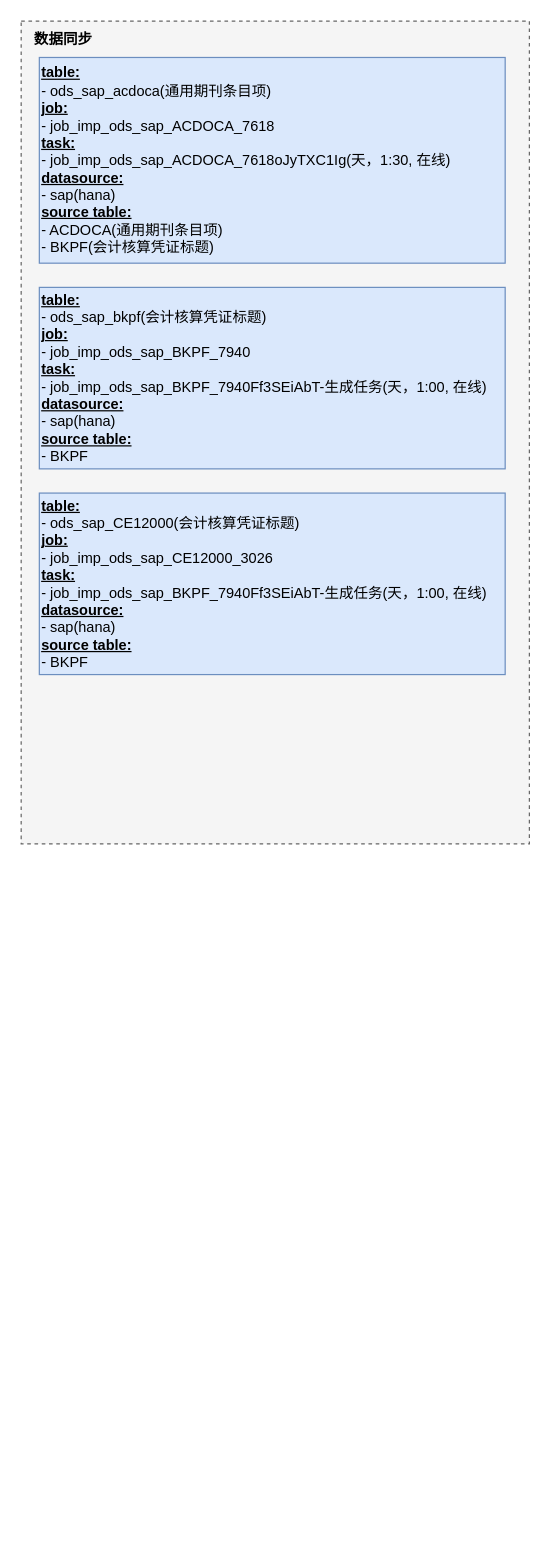
Earlier version of the draw.io diagram bow-bo.drawio (fsJerryChan/fsJerryChan). Source tidied: cells renumbered, new cells numbered last; positions are measured from the earlier drawing's top-left corner, leaving out a move shared by most shapes. Both pictures are drawn from the tidied source at 121%, with x=0, y=0 at pixel (21, 21).
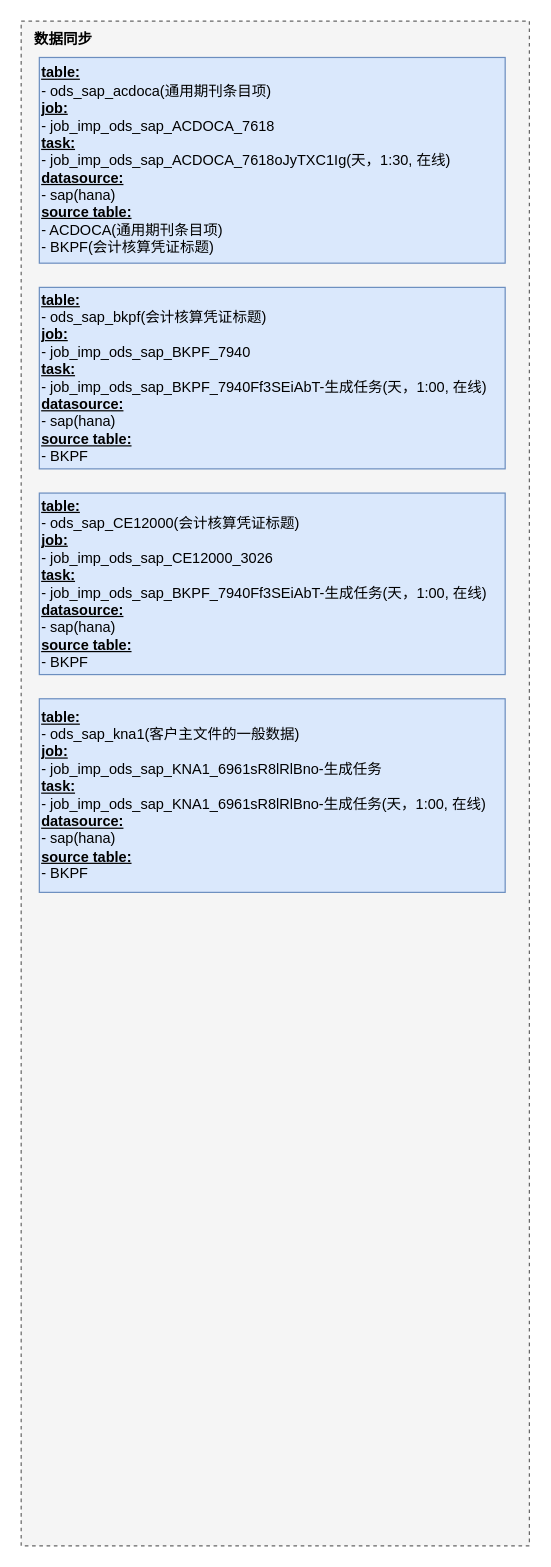
The same diagram, later.

Change to the diagram source:
```diff
@@
 <mxGraphModel>
   <root>
     <mxCell id="0" />
     <mxCell id="1" parent="0" />
     <mxCell id="2" style="rounded=0;whiteSpace=wrap;html=1;dashed=1;fillColor=#f5f5f5;fontColor=#333333;strokeColor=#666666;" parent="1" vertex="1">
-      <mxGeometry width="420" height="680" as="geometry" />
+      <mxGeometry width="420" height="1260" as="geometry" />
     </mxCell>
     <mxCell id="3" value="数据同步" style="text;strokeColor=none;align=center;fillColor=none;html=1;verticalAlign=middle;whiteSpace=wrap;rounded=0;fontStyle=1;" parent="1" vertex="1">
       <mxGeometry width="70" height="30" as="geometry" />
     </mxCell>
     <mxCell id="4" value="&lt;font style=&quot;font-size: 12px;&quot;&gt;&lt;b style=&quot;border-color: var(--border-color);&quot;&gt;&lt;u style=&quot;border-color: var(--border-color);&quot;&gt;table:&lt;/u&gt;&lt;/b&gt;&amp;nbsp;&lt;br style=&quot;border-color: var(--border-color);&quot;&gt;- ods_sap_acdoca(通用期刊条目项)&lt;b style=&quot;border-color: var(--border-color);&quot;&gt;&lt;u style=&quot;border-color: var(--border-color);&quot;&gt;&lt;br style=&quot;border-color: var(--border-color);&quot;&gt;job:&lt;/u&gt;&lt;/b&gt;&lt;br style=&quot;border-color: var(--border-color);&quot;&gt;- job_imp_ods_sap_ACDOCA_7618&lt;br&gt;&lt;u style=&quot;font-weight: bold;&quot;&gt;task:&lt;br&gt;&lt;/u&gt;- job_imp_ods_sap_ACDOCA_7618oJyTXC1Ig(天，1:30,&amp;nbsp;在线)&lt;br&gt;&lt;u style=&quot;font-weight: bold;&quot;&gt;datasource:&lt;/u&gt;&lt;br&gt;- sap(hana)&lt;br&gt;&lt;u style=&quot;font-weight: bold;&quot;&gt;source table:&lt;/u&gt;&amp;nbsp;&lt;br&gt;- ACDOCA(通用期刊条目项)&lt;br&gt;- BKPF(会计核算凭证标题)&lt;/font&gt;" style="rounded=0;whiteSpace=wrap;html=1;align=left;fillColor=#dae8fc;strokeColor=#6c8ebf;" parent="1" vertex="1">
       <mxGeometry x="15" y="30" width="385" height="170" as="geometry" />
     </mxCell>
     <mxCell id="5" value="&lt;font style=&quot;&quot;&gt;&lt;b style=&quot;font-size: 12px; border-color: var(--border-color);&quot;&gt;&lt;u style=&quot;border-color: var(--border-color);&quot;&gt;table:&lt;/u&gt;&lt;/b&gt;&amp;nbsp;&lt;br style=&quot;border-color: var(--border-color);&quot;&gt;-&amp;nbsp;ods_sap_bkpf&lt;span style=&quot;background-color: initial;&quot;&gt;(会计核算凭证标题)&lt;/span&gt;&lt;br&gt;&lt;b style=&quot;font-size: 12px; border-color: var(--border-color);&quot;&gt;&lt;u style=&quot;border-color: var(--border-color);&quot;&gt;job:&lt;/u&gt;&lt;/b&gt;&lt;br style=&quot;border-color: var(--border-color);&quot;&gt;-&amp;nbsp;job_imp_ods_sap_BKPF_7940&lt;br&gt;&lt;u style=&quot;font-size: 12px; font-weight: bold;&quot;&gt;task:&lt;br&gt;&lt;/u&gt;-&amp;nbsp;job_imp_ods_sap_BKPF_7940Ff3SEiAbT-生成任务(天，1:00,&amp;nbsp;在线)&lt;br&gt;&lt;u style=&quot;font-size: 12px; font-weight: bold;&quot;&gt;datasource:&lt;/u&gt;&lt;br&gt;- sap(hana)&lt;br&gt;&lt;u style=&quot;font-size: 12px; font-weight: bold;&quot;&gt;source table:&lt;/u&gt;&amp;nbsp;&lt;br&gt;-&amp;nbsp;&lt;/font&gt;BKPF" style="rounded=0;whiteSpace=wrap;html=1;align=left;fillColor=#dae8fc;strokeColor=#6c8ebf;" parent="1" vertex="1">
       <mxGeometry x="15" y="220" width="385" height="150" as="geometry" />
     </mxCell>
     <mxCell id="6" value="&lt;font style=&quot;&quot;&gt;&lt;b style=&quot;font-size: 12px; border-color: var(--border-color);&quot;&gt;&lt;u style=&quot;border-color: var(--border-color);&quot;&gt;table:&lt;/u&gt;&lt;/b&gt;&amp;nbsp;&lt;br style=&quot;border-color: var(--border-color);&quot;&gt;-&amp;nbsp;ods_sap_CE12000&lt;span style=&quot;background-color: initial;&quot;&gt;(会计核算凭证标题)&lt;/span&gt;&lt;br&gt;&lt;b style=&quot;font-size: 12px; border-color: var(--border-color);&quot;&gt;&lt;u style=&quot;border-color: var(--border-color);&quot;&gt;job:&lt;/u&gt;&lt;/b&gt;&lt;br style=&quot;border-color: var(--border-color);&quot;&gt;-&amp;nbsp;job_imp_ods_sap_CE12000_3026&lt;br&gt;&lt;u style=&quot;font-size: 12px; font-weight: bold;&quot;&gt;task:&lt;br&gt;&lt;/u&gt;-&amp;nbsp;job_imp_ods_sap_BKPF_7940Ff3SEiAbT-生成任务(天，1:00,&amp;nbsp;在线)&lt;br&gt;&lt;u style=&quot;font-size: 12px; font-weight: bold;&quot;&gt;datasource:&lt;/u&gt;&lt;br&gt;- sap(hana)&lt;br&gt;&lt;u style=&quot;font-size: 12px; font-weight: bold;&quot;&gt;source table:&lt;/u&gt;&amp;nbsp;&lt;br&gt;-&amp;nbsp;&lt;/font&gt;BKPF" style="rounded=0;whiteSpace=wrap;html=1;align=left;fillColor=#dae8fc;strokeColor=#6c8ebf;" parent="1" vertex="1">
       <mxGeometry x="15" y="390" width="385" height="150" as="geometry" />
     </mxCell>
+    <mxCell id="7" value="&lt;font style=&quot;&quot;&gt;&lt;b style=&quot;font-size: 12px; border-color: var(--border-color);&quot;&gt;&lt;u style=&quot;border-color: var(--border-color);&quot;&gt;table:&lt;/u&gt;&lt;/b&gt;&amp;nbsp;&lt;br style=&quot;border-color: var(--border-color);&quot;&gt;-&amp;nbsp;ods_sap_kna1&lt;span style=&quot;background-color: initial;&quot;&gt;(客户主文件的一般数据)&lt;/span&gt;&lt;br&gt;&lt;b style=&quot;font-size: 12px; border-color: var(--border-color);&quot;&gt;&lt;u style=&quot;border-color: var(--border-color);&quot;&gt;job:&lt;/u&gt;&lt;/b&gt;&lt;br style=&quot;border-color: var(--border-color);&quot;&gt;-&amp;nbsp;job_imp_ods_sap_KNA1_6961sR8lRlBno-生成任务&lt;div style=&quot;margin: 0px; padding: 0px; border: 0px; vertical-align: baseline; box-sizing: border-box; outline: none; position: relative;&quot; class=&quot;sa-row&quot;&gt;&lt;div style=&quot;margin: 0px; padding: 0px; border: 0px; vertical-align: baseline; box-sizing: border-box; outline: none; float: left; width: 254px;&quot; class=&quot;sa-form-item-wrap sa-col sa-col-24&quot; data-v-3d1367e8=&quot;&quot;&gt;&lt;div style=&quot;margin: 0px; padding: 0px; border: 0px; vertical-align: baseline; box-sizing: border-box; outline: none;&quot; class=&quot;sa-form-item is-detail sa-form-item--medium sa-form--label-left&quot;&gt;&lt;/div&gt;&lt;/div&gt;&lt;/div&gt;&lt;u style=&quot;font-size: 12px; font-weight: bold;&quot;&gt;task:&lt;br&gt;&lt;/u&gt;- job_imp_ods_sap_KNA1_6961sR8lRlBno-生成任务(天，1:00,&amp;nbsp;在线)&lt;br&gt;&lt;u style=&quot;font-size: 12px; font-weight: bold;&quot;&gt;datasource:&lt;/u&gt;&lt;br&gt;- sap(hana)&lt;br&gt;&lt;u style=&quot;font-size: 12px; font-weight: bold;&quot;&gt;source table:&lt;/u&gt;&amp;nbsp;&lt;br&gt;-&amp;nbsp;&lt;/font&gt;BKPF" style="rounded=0;whiteSpace=wrap;html=1;align=left;fillColor=#dae8fc;strokeColor=#6c8ebf;" parent="1" vertex="1">
+      <mxGeometry x="15" y="560" width="385" height="160" as="geometry" />
+    </mxCell>
   </root>
 </mxGraphModel>
```
